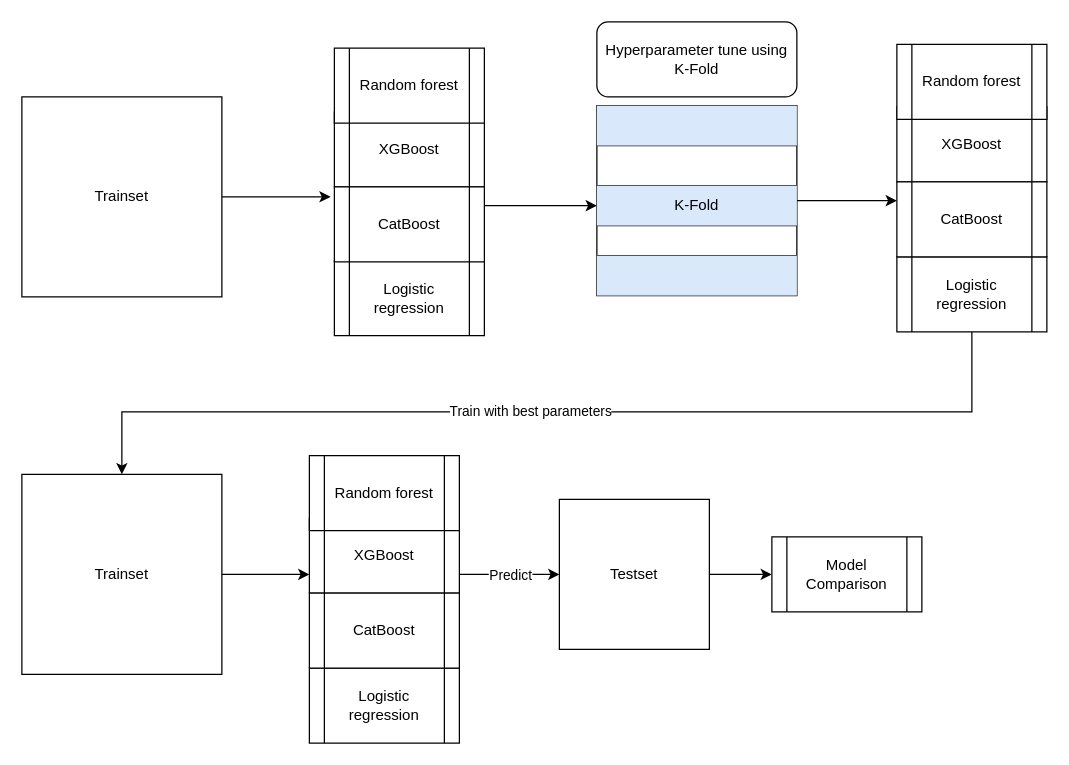
Earlier version of the draw.io diagram Untitled Diagram.drawio (erreep/ethereumillicitdetection). Source tidied: cells renumbered, new cells numbered last; positions are measured from the earlier drawing's top-left corner, leaving out a move shared by most shapes. Both pictures are drawn from the tidied source at 125%, with x=0, y=0 at pixel (21, 21).
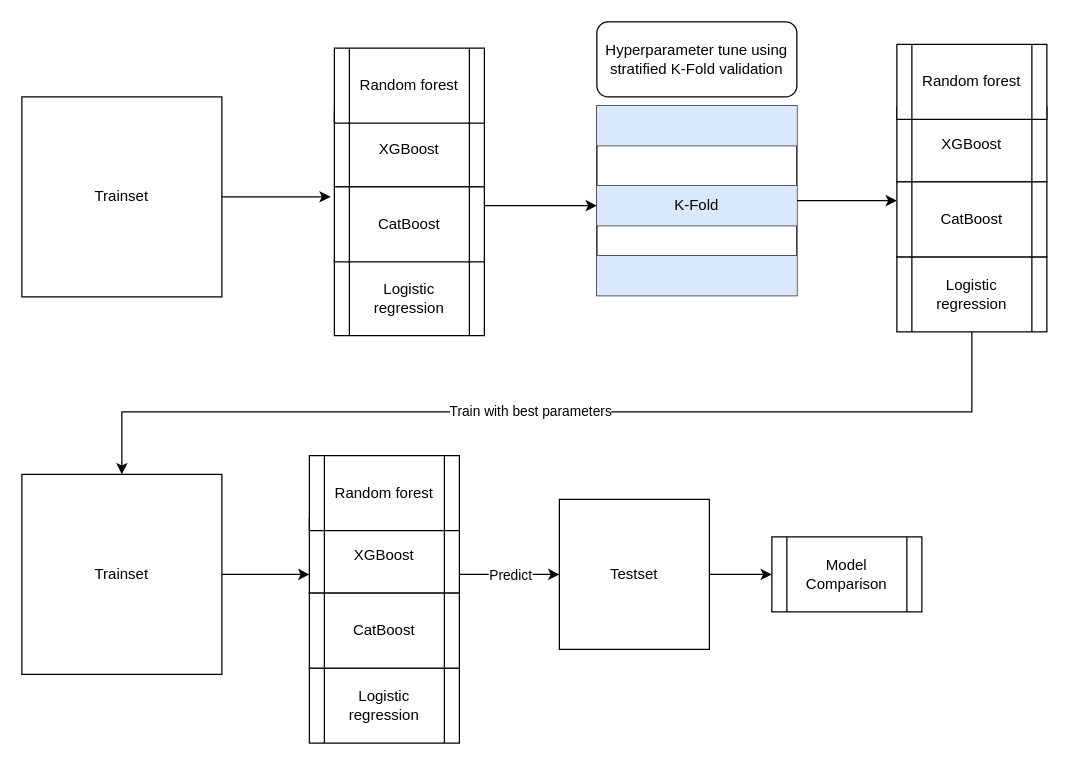
Above is the later version.

Commit message:
modelling approach Untitled Diagram.drawio

Diff of the diagram source:
```diff
@@
-    <mxCell id="33" value="Hyperparameter tune using K-Fold" style="rounded=1;whiteSpace=wrap;html=1;" parent="1" vertex="1">
+    <mxCell id="33" value="Hyperparameter tune using&lt;br&gt;stratified K-Fold validation" style="rounded=1;whiteSpace=wrap;html=1;" parent="1" vertex="1">
       <mxGeometry x="460" width="160" height="60" as="geometry" />
     </mxCell>
```
